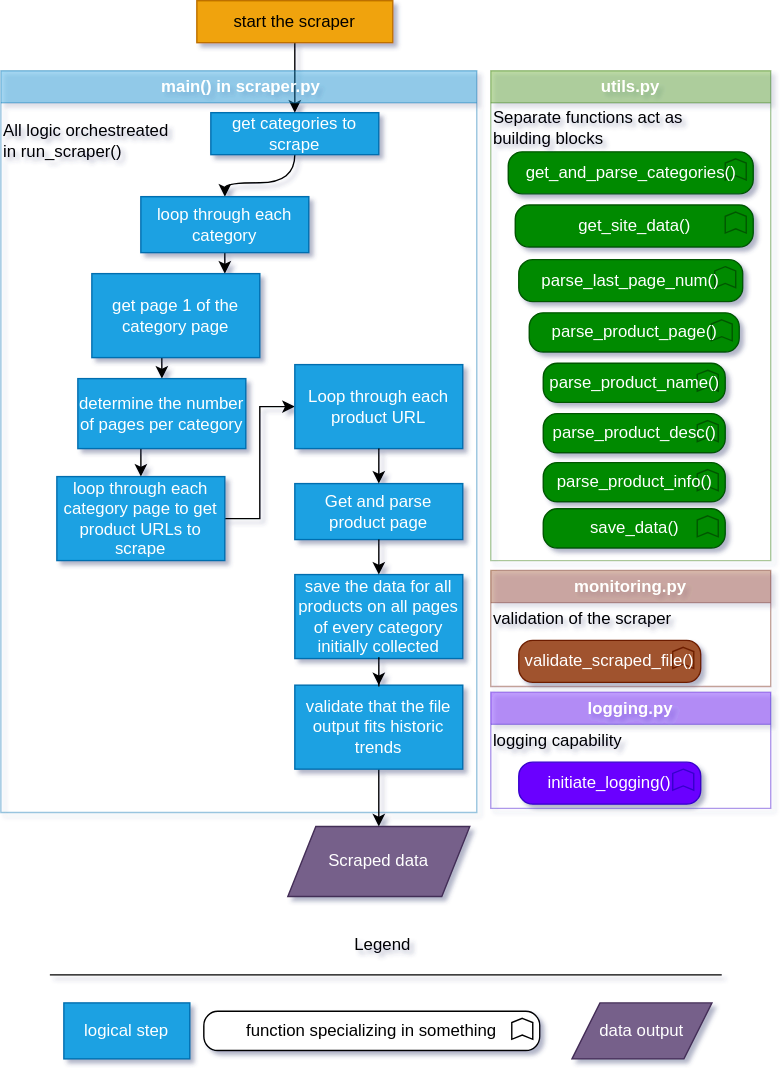
ESCAP-SD/ESCAP_RAP_class keeps this draw.io diagram as docs/images/mapping-the-process-RAPified.svg. Above is the earlier version. Source tidied: cells renumbered, new cells last; positions are measured from the earlier drawing's top-left corner, leaving out a move shared by most shapes.
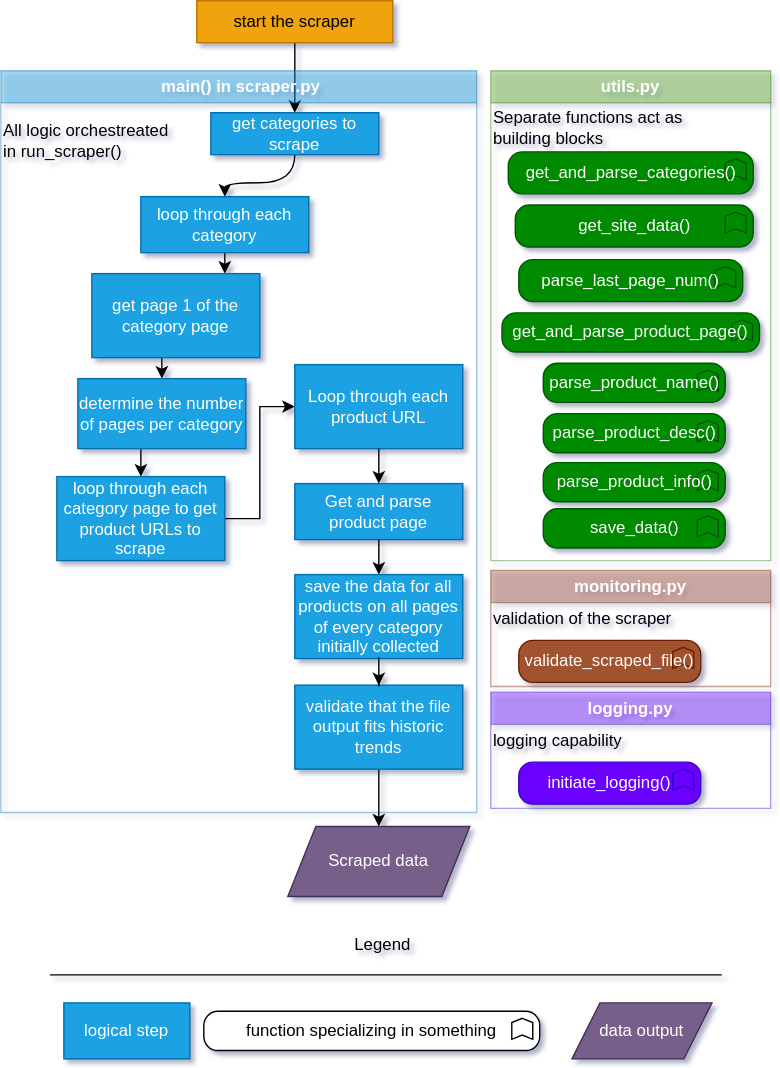
Later version of the same file.

Change to the diagram source:
```diff
@@ -106,8 +106,8 @@
     <mxCell id="29" value="&lt;div style=&quot;text-align: left;&quot;&gt;&lt;span style=&quot;background-color: initial;&quot;&gt;parse_last_page_num()&lt;/span&gt;&lt;/div&gt;" style="html=1;whiteSpace=wrap;fillColor=#008a00;shape=mxgraph.archimate3.application;appType=func;archiType=rounded;fontColor=#ffffff;strokeColor=#005700;" parent="1" vertex="1">
       <mxGeometry x="370" y="185" width="160" height="30" as="geometry" />
     </mxCell>
-    <mxCell id="30" value="&lt;div style=&quot;text-align: left;&quot;&gt;&lt;span style=&quot;background-color: initial;&quot;&gt;parse_product_page()&lt;/span&gt;&lt;/div&gt;" style="html=1;whiteSpace=wrap;fillColor=#008a00;shape=mxgraph.archimate3.application;appType=func;archiType=rounded;fontColor=#ffffff;strokeColor=#005700;" parent="1" vertex="1">
-      <mxGeometry x="377.5" y="223" width="150" height="28" as="geometry" />
+    <mxCell id="30" value="&lt;div style=&quot;text-align: left;&quot;&gt;&lt;span style=&quot;background-color: initial;&quot;&gt;get_and_parse_product_page()&lt;/span&gt;&lt;/div&gt;" style="html=1;whiteSpace=wrap;fillColor=#008a00;shape=mxgraph.archimate3.application;appType=func;archiType=rounded;fontColor=#ffffff;strokeColor=#005700;" parent="1" vertex="1">
+      <mxGeometry x="358" y="223" width="184" height="28" as="geometry" />
     </mxCell>
     <mxCell id="31" value="&lt;div style=&quot;text-align: left;&quot;&gt;&lt;span style=&quot;background-color: initial;&quot;&gt;parse_product_name()&lt;/span&gt;&lt;/div&gt;" style="html=1;whiteSpace=wrap;fillColor=#008a00;shape=mxgraph.archimate3.application;appType=func;archiType=rounded;fontColor=#ffffff;strokeColor=#005700;" parent="1" vertex="1">
       <mxGeometry x="387.5" y="259" width="130" height="28" as="geometry" />
```
